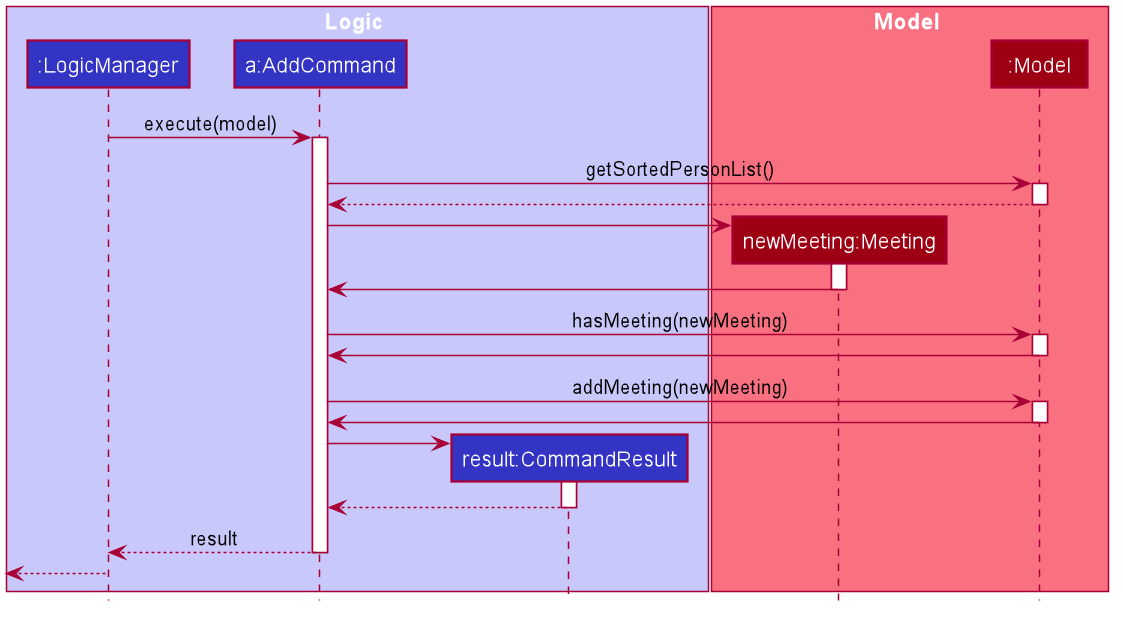
sebastiantoh/tp keeps this PlantUML diagram as docs/images/MeetingExecuteAddSequenceDiagram.png. Above is the earlier version.
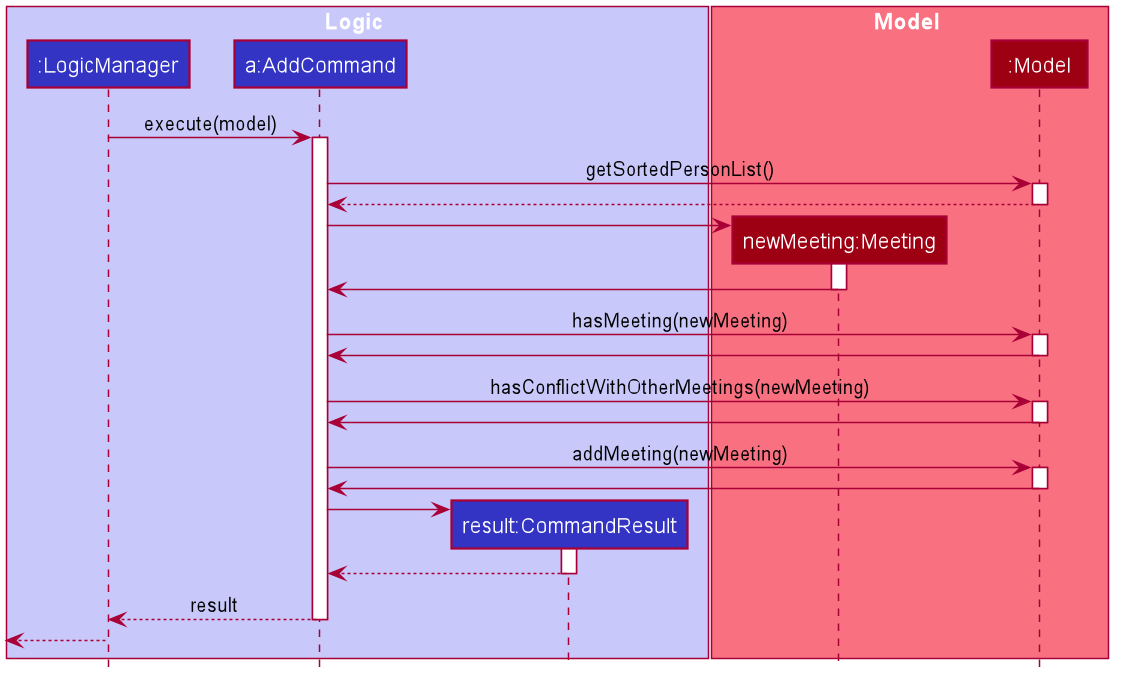
After the commit.

Commit message:
Update UML diagrams

What changed in the source:
```diff
@@ -84,6 +84,12 @@
 Model -> AddCommand
 deactivate Model
 
+AddCommand -> Model : hasConflictWithOtherMeetings(newMeeting)
+activate Model
+
+Model -> AddCommand
+deactivate Model
+
 AddCommand -> Model : addMeeting(newMeeting)
 activate Model
 
```
